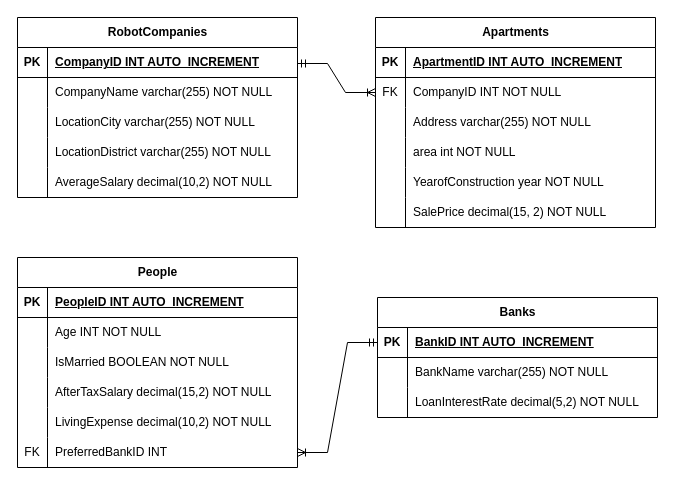
The draw.io diagram Home Sweet Home_new.drawio in Jubin-Kang/eda_team_project_hsh, before the edit. Source tidied: cells renumbered, new cells numbered last; positions are measured from the earlier drawing's top-left corner, leaving out a move shared by most shapes. Both pictures are drawn from the tidied source at 100%, with x=0, y=0 at pixel (17, 17).
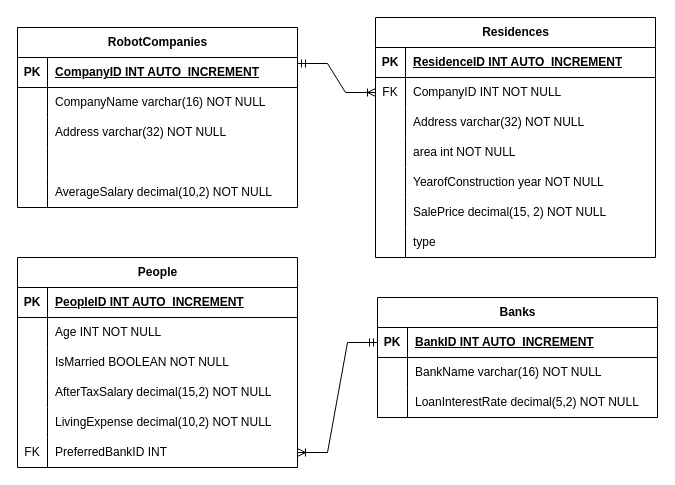
Above is the later version.

Unchanged cells that the change refers to:
```xml
<mxCell id="6" style="shape=tableRow;horizontal=0;startSize=0;swimlaneHead=0;swimlaneBody=0;fillColor=none;top=0;left=0;right=0;bottom=0;" parent="2" vertex="1">
  <mxGeometry y="60" width="280" height="30" as="geometry" />
</mxCell>
<mxCell id="9" style="shape=tableRow;horizontal=0;startSize=0;swimlaneHead=0;swimlaneBody=0;fillColor=none;top=0;left=0;right=0;bottom=0;" parent="2" vertex="1">
  <mxGeometry y="90" width="280" height="30" as="geometry" />
</mxCell>
<mxCell id="12" style="shape=tableRow;horizontal=0;startSize=0;swimlaneHead=0;swimlaneBody=0;fillColor=none;top=0;left=0;right=0;bottom=0;" parent="2" vertex="1">
  <mxGeometry y="120" width="280" height="30" as="geometry" />
</mxCell>
<mxCell id="19" style="shape=tableRow;horizontal=0;startSize=0;swimlaneHead=0;swimlaneBody=0;fillColor=none;top=0;left=0;right=0;bottom=1;" parent="18" vertex="1">
  <mxGeometry y="30" width="280" height="30" as="geometry" />
</mxCell>
<mxCell id="25" style="shape=tableRow;horizontal=0;startSize=0;swimlaneHead=0;swimlaneBody=0;fillColor=none;top=0;left=0;right=0;bottom=0;" parent="18" vertex="1">
  <mxGeometry y="90" width="280" height="30" as="geometry" />
</mxCell>
<mxCell id="61" style="shape=tableRow;horizontal=0;startSize=0;swimlaneHead=0;swimlaneBody=0;fillColor=none;top=0;left=0;right=0;bottom=0;" parent="57" vertex="1">
  <mxGeometry y="60" width="280" height="30" as="geometry" />
</mxCell>
```

Change to the diagram source:
```diff
@@
     <mxCell id="2" value="RobotCompanies" style="shape=table;startSize=30;childLayout=tableLayout;rowLines=0;fontStyle=1;align=center;html=1;" parent="1" vertex="1">
-      <mxGeometry width="280" height="180" as="geometry" />
+      <mxGeometry y="10" width="280" height="180" as="geometry" />
     </mxCell>
@@
-    <mxCell id="8" value="CompanyName varchar(255) NOT NULL" style="shape=partialRectangle;fillColor=none;top=0;left=0;bottom=0;right=0;align=left;spacingLeft=6;overflow=hidden;whiteSpace=wrap;html=1;" parent="6" vertex="1">
+    <mxCell id="8" value="CompanyName varchar(16) NOT NULL" style="shape=partialRectangle;fillColor=none;top=0;left=0;bottom=0;right=0;align=left;spacingLeft=6;overflow=hidden;whiteSpace=wrap;html=1;" parent="6" vertex="1">
       <mxGeometry x="30" width="250" height="30" as="geometry" />
     </mxCell>
@@
-    <mxCell id="11" value="LocationCity varchar(255) NOT NULL" style="shape=partialRectangle;fillColor=none;top=0;left=0;bottom=0;right=0;align=left;spacingLeft=6;overflow=hidden;whiteSpace=wrap;html=1;" parent="9" vertex="1">
+    <mxCell id="11" style="shape=partialRectangle;fillColor=none;top=0;left=0;bottom=0;right=0;align=left;spacingLeft=6;overflow=hidden;whiteSpace=wrap;html=1;" parent="9" vertex="1">
       <mxGeometry x="30" width="250" height="30" as="geometry" />
     </mxCell>
@@
-    <mxCell id="14" value="LocationDistrict varchar(255) NOT NULL" style="shape=partialRectangle;fillColor=none;top=0;left=0;bottom=0;right=0;align=left;spacingLeft=6;overflow=hidden;whiteSpace=wrap;html=1;" parent="12" vertex="1">
+    <mxCell id="14" style="shape=partialRectangle;fillColor=none;top=0;left=0;bottom=0;right=0;align=left;spacingLeft=6;overflow=hidden;whiteSpace=wrap;html=1;" parent="12" vertex="1">
       <mxGeometry x="30" width="250" height="30" as="geometry" />
     </mxCell>
@@
-    <mxCell id="18" value="Apartments" style="shape=table;startSize=30;childLayout=tableLayout;rowLines=0;fontStyle=1;align=center;html=1;" parent="1" vertex="1">
-      <mxGeometry x="358" width="280" height="210" as="geometry" />
+    <mxCell id="18" value="Residences" style="shape=table;startSize=30;childLayout=tableLayout;rowLines=0;fontStyle=1;align=center;html=1;" parent="1" vertex="1">
+      <mxGeometry x="358" width="280" height="240" as="geometry" />
     </mxCell>
@@
-    <mxCell id="21" value="ApartmentID INT AUTO_INCREMENT" style="shape=partialRectangle;fillColor=none;top=0;left=0;bottom=0;right=0;align=left;spacingLeft=6;fontStyle=5;overflow=hidden;whiteSpace=wrap;html=1;" parent="19" vertex="1">
+    <mxCell id="21" value="ResidenceID INT AUTO_INCREMENT" style="shape=partialRectangle;fillColor=none;top=0;left=0;bottom=0;right=0;align=left;spacingLeft=6;fontStyle=5;overflow=hidden;whiteSpace=wrap;html=1;" parent="19" vertex="1">
       <mxGeometry x="30" width="250" height="30" as="geometry" />
     </mxCell>
@@
-    <mxCell id="27" value="Address varchar(255) NOT NULL" style="shape=partialRectangle;fillColor=none;top=0;left=0;bottom=0;right=0;align=left;spacingLeft=6;overflow=hidden;whiteSpace=wrap;html=1;" parent="25" vertex="1">
+    <mxCell id="27" value="Address varchar(32) NOT NULL" style="shape=partialRectangle;fillColor=none;top=0;left=0;bottom=0;right=0;align=left;spacingLeft=6;overflow=hidden;whiteSpace=wrap;html=1;" parent="25" vertex="1">
       <mxGeometry x="30" width="250" height="30" as="geometry" />
     </mxCell>
@@
+    <mxCell id="68" style="shape=tableRow;horizontal=0;startSize=0;swimlaneHead=0;swimlaneBody=0;fillColor=none;top=0;left=0;right=0;bottom=0;" parent="18" vertex="1">
+      <mxGeometry y="210" width="280" height="30" as="geometry" />
+    </mxCell>
+    <mxCell id="69" style="shape=partialRectangle;fillColor=none;top=0;left=0;bottom=0;right=0;overflow=hidden;whiteSpace=wrap;html=1;" parent="68" vertex="1">
+      <mxGeometry width="30" height="30" as="geometry" />
+    </mxCell>
+    <mxCell id="70" value="type&amp;nbsp;" style="shape=partialRectangle;fillColor=none;top=0;left=0;bottom=0;right=0;align=left;spacingLeft=6;overflow=hidden;whiteSpace=wrap;html=1;" parent="68" vertex="1">
+      <mxGeometry x="30" width="250" height="30" as="geometry" />
+    </mxCell>
@@
-    <mxCell id="63" value="BankName varchar(255) NOT NULL" style="shape=partialRectangle;fillColor=none;top=0;left=0;bottom=0;right=0;align=left;spacingLeft=6;overflow=hidden;whiteSpace=wrap;html=1;" parent="61" vertex="1">
+    <mxCell id="63" value="BankName varchar(16) NOT NULL" style="shape=partialRectangle;fillColor=none;top=0;left=0;bottom=0;right=0;align=left;spacingLeft=6;overflow=hidden;whiteSpace=wrap;html=1;" parent="61" vertex="1">
       <mxGeometry x="30" width="250" height="30" as="geometry" />
     </mxCell>
@@
+    <mxCell id="71" value="Address varchar(32) NOT NULL" style="shape=partialRectangle;fillColor=none;top=0;left=0;bottom=0;right=0;align=left;spacingLeft=6;overflow=hidden;whiteSpace=wrap;html=1;" parent="1" vertex="1">
+      <mxGeometry x="30" y="100" width="250" height="30" as="geometry" />
+    </mxCell>
```
